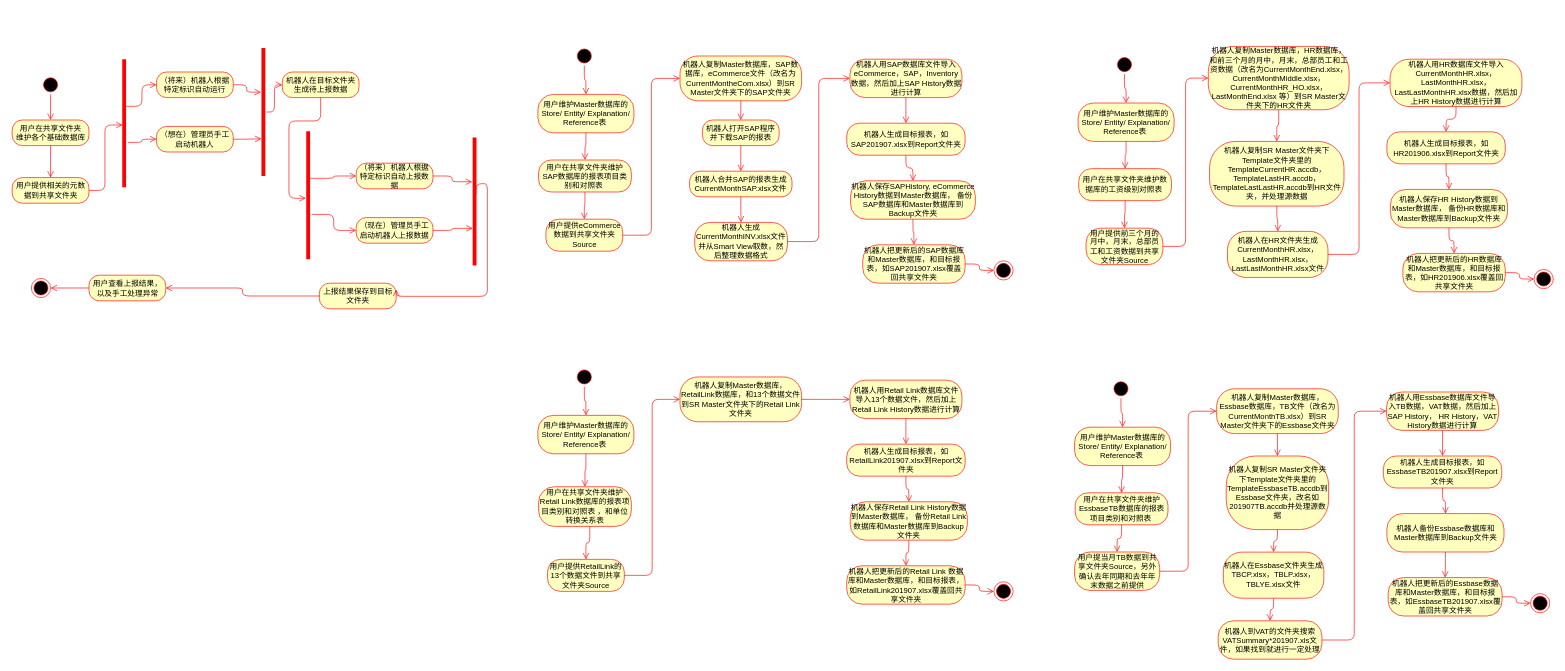
Youjwxyz/VBA_Library keeps this draw.io diagram as page "StatisticReport" (2 of 6) of Untitled Diagram.drawio. Above is the earlier version. Source tidied: cells renumbered, new cells numbered last; positions are measured from the earlier drawing's top-left corner, leaving out a move shared by most shapes. Both pictures are drawn from the tidied source at 64%, with x=0, y=0 at pixel (12, 46).
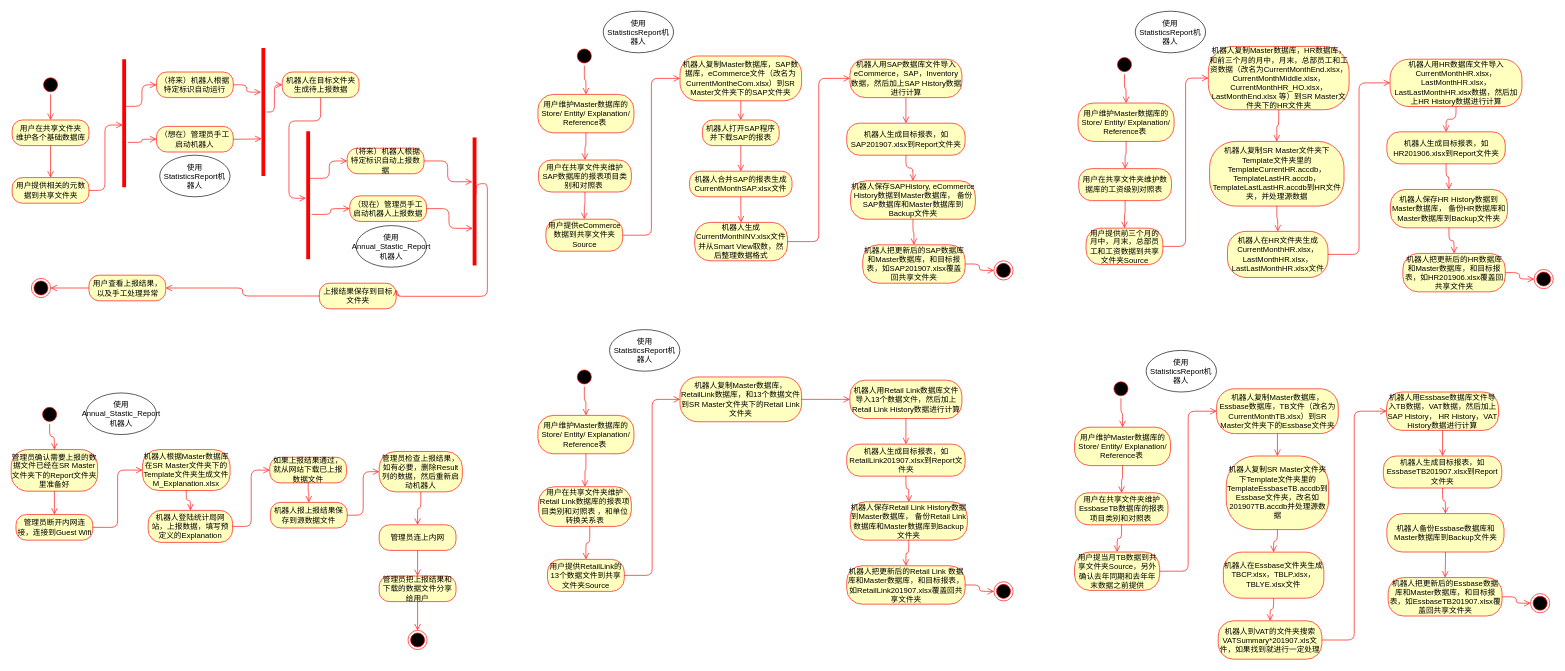
The same page after the edit.

Diff of the diagram source:
```diff
@@
     <mxCell id="113" value="（现在）管理员手工启动机器人上报数据" style="rounded=1;whiteSpace=wrap;html=1;arcSize=40;fontColor=#000000;fillColor=#ffffc0;strokeColor=#ff0000;" parent="1" vertex="1">
-      <mxGeometry x="538" y="267.5" width="120" height="40" as="geometry" />
+      <mxGeometry x="528" y="233.5" width="120" height="40" as="geometry" />
     </mxCell>
@@
     <mxCell id="115" value="（将来）机器人根据特定标识自动上报数据" style="rounded=1;whiteSpace=wrap;html=1;arcSize=40;fontColor=#000000;fillColor=#ffffc0;strokeColor=#ff0000;" parent="1" vertex="1">
-      <mxGeometry x="538" y="182.5" width="120" height="40" as="geometry" />
+      <mxGeometry x="524" y="159" width="120" height="40" as="geometry" />
     </mxCell>
@@
+    <mxCell id="125" style="ellipse;html=1;shape=startState;fillColor=#000000;strokeColor=#ff0000;" parent="1" vertex="1">
+      <mxGeometry x="44" y="560" width="30" height="30" as="geometry" />
+    </mxCell>
+    <mxCell id="126" style="edgeStyle=orthogonalEdgeStyle;html=1;verticalAlign=bottom;endArrow=open;endSize=8;strokeColor=#ff0000;" parent="1" edge="1" source="125" target="127">
+      <mxGeometry relative="1" as="geometry" />
+    </mxCell>
+    <mxCell id="127" value="管理员确认需要上报的数据文件已经在SR Master文件夹下的Report文件夹里准备好" style="rounded=1;whiteSpace=wrap;html=1;arcSize=40;fontColor=#000000;fillColor=#ffffc0;strokeColor=#ff0000;" parent="1" vertex="1">
+      <mxGeometry x="-1" y="630" width="135" height="65" as="geometry" />
+    </mxCell>
+    <mxCell id="128" style="edgeStyle=orthogonalEdgeStyle;html=1;verticalAlign=bottom;endArrow=open;endSize=8;strokeColor=#ff0000;entryX=0.5;entryY=0;entryDx=0;entryDy=0;" parent="1" edge="1" source="127" target="140">
+      <mxGeometry relative="1" as="geometry" />
+    </mxCell>
+    <mxCell id="129" value="机器人根据Master数据库在SR Master文件夹下的Template文件夹生成文件M_Explanation.xlsx" style="rounded=1;whiteSpace=wrap;html=1;arcSize=40;fontColor=#000000;fillColor=#ffffc0;strokeColor=#ff0000;" parent="1" vertex="1">
+      <mxGeometry x="204" y="630" width="137" height="64" as="geometry" />
+    </mxCell>
+    <mxCell id="130" style="edgeStyle=orthogonalEdgeStyle;html=1;verticalAlign=bottom;endArrow=open;endSize=8;strokeColor=#ff0000;" parent="1" edge="1" source="129" target="138">
+      <mxGeometry relative="1" as="geometry" />
+    </mxCell>
+    <mxCell id="131" value="使用StatisticsReport机器人" style="ellipse;whiteSpace=wrap;html=1;" parent="1" vertex="1">
+      <mxGeometry x="924" y="-55" width="110" height="65" as="geometry" />
+    </mxCell>
+    <mxCell id="132" value="使用StatisticsReport机器人" style="ellipse;whiteSpace=wrap;html=1;" parent="1" vertex="1">
+      <mxGeometry x="1755.3" y="-55" width="110" height="65" as="geometry" />
+    </mxCell>
+    <mxCell id="133" value="使用StatisticsReport机器人" style="ellipse;whiteSpace=wrap;html=1;" parent="1" vertex="1">
+      <mxGeometry x="1772.3" y="475" width="110" height="65" as="geometry" />
+    </mxCell>
+    <mxCell id="134" value="使用StatisticsReport机器人" style="ellipse;whiteSpace=wrap;html=1;" parent="1" vertex="1">
+      <mxGeometry x="933.8" y="442.5" width="110" height="65" as="geometry" />
+    </mxCell>
+    <mxCell id="135" value="使用Annual_Stastic_Report机器人" style="ellipse;whiteSpace=wrap;html=1;" parent="1" vertex="1">
+      <mxGeometry x="115.8" y="541.5" width="110" height="65" as="geometry" />
+    </mxCell>
+    <mxCell id="136" value="使用StatisticsReport机器人" style="ellipse;whiteSpace=wrap;html=1;" parent="1" vertex="1">
+      <mxGeometry x="231" y="170" width="110" height="65" as="geometry" />
+    </mxCell>
+    <mxCell id="137" value="使用Annual_Stastic_Report机器人" style="ellipse;whiteSpace=wrap;html=1;" parent="1" vertex="1">
+      <mxGeometry x="537.8" y="280" width="110" height="65" as="geometry" />
+    </mxCell>
+    <mxCell id="138" value="机器人登陆统计局网站，上报数据，填写预定义的Explanation" style="rounded=1;whiteSpace=wrap;html=1;arcSize=40;fontColor=#000000;fillColor=#ffffc0;strokeColor=#ff0000;" parent="1" vertex="1">
+      <mxGeometry x="213" y="725" width="132" height="50" as="geometry" />
+    </mxCell>
+    <mxCell id="139" style="edgeStyle=orthogonalEdgeStyle;html=1;verticalAlign=bottom;endArrow=open;endSize=8;strokeColor=#ff0000;entryX=0;entryY=0.5;entryDx=0;entryDy=0;" parent="1" edge="1" source="138" target="144">
+      <mxGeometry relative="1" as="geometry" />
+    </mxCell>
+    <mxCell id="140" value="管理员断开内网连接，连接到Guest Wifi" style="rounded=1;whiteSpace=wrap;html=1;arcSize=40;fontColor=#000000;fillColor=#ffffc0;strokeColor=#ff0000;" parent="1" vertex="1">
+      <mxGeometry x="6.5" y="731.5" width="120" height="40" as="geometry" />
+    </mxCell>
+    <mxCell id="141" style="edgeStyle=orthogonalEdgeStyle;html=1;verticalAlign=bottom;endArrow=open;endSize=8;strokeColor=#ff0000;entryX=0;entryY=0.5;entryDx=0;entryDy=0;" parent="1" edge="1" source="140" target="129">
+      <mxGeometry relative="1" as="geometry" />
+    </mxCell>
+    <mxCell id="142" value="机器人报上报结果保存到源数据文件" style="rounded=1;whiteSpace=wrap;html=1;arcSize=40;fontColor=#000000;fillColor=#ffffc0;strokeColor=#ff0000;" parent="1" vertex="1">
+      <mxGeometry x="404" y="712.5" width="120" height="40" as="geometry" />
+    </mxCell>
+    <mxCell id="143" style="edgeStyle=orthogonalEdgeStyle;html=1;verticalAlign=bottom;endArrow=open;endSize=8;strokeColor=#ff0000;entryX=0;entryY=0.5;entryDx=0;entryDy=0;" parent="1" edge="1" source="142" target="146">
+      <mxGeometry relative="1" as="geometry" />
+    </mxCell>
+    <mxCell id="144" value="如果上报结果通过，就从网站下载已上报数据文件" style="rounded=1;whiteSpace=wrap;html=1;arcSize=40;fontColor=#000000;fillColor=#ffffc0;strokeColor=#ff0000;" parent="1" vertex="1">
+      <mxGeometry x="403" y="642" width="120" height="40" as="geometry" />
+    </mxCell>
+    <mxCell id="145" style="edgeStyle=orthogonalEdgeStyle;html=1;verticalAlign=bottom;endArrow=open;endSize=8;strokeColor=#ff0000;entryX=0.5;entryY=0;entryDx=0;entryDy=0;" parent="1" edge="1" source="144" target="142">
+      <mxGeometry relative="1" as="geometry" />
+    </mxCell>
+    <mxCell id="146" value="管理员检查上报结果，如有必要，删除Result列的数据，然后重新启动机器人" style="rounded=1;whiteSpace=wrap;html=1;arcSize=40;fontColor=#000000;fillColor=#ffffc0;strokeColor=#ff0000;" parent="1" vertex="1">
+      <mxGeometry x="574" y="633" width="130" height="63" as="geometry" />
+    </mxCell>
+    <mxCell id="147" style="edgeStyle=orthogonalEdgeStyle;html=1;verticalAlign=bottom;endArrow=open;endSize=8;strokeColor=#ff0000;" parent="1" edge="1" source="151" target="148">
+      <mxGeometry relative="1" as="geometry" />
+    </mxCell>
+    <mxCell id="148" value="管理员把上报结果和下载的数据文件分享给用户" style="rounded=1;whiteSpace=wrap;html=1;arcSize=40;fontColor=#000000;fillColor=#ffffc0;strokeColor=#ff0000;" parent="1" vertex="1">
+      <mxGeometry x="574" y="827.5" width="120" height="40" as="geometry" />
+    </mxCell>
+    <mxCell id="149" style="edgeStyle=orthogonalEdgeStyle;html=1;verticalAlign=bottom;endArrow=open;endSize=8;strokeColor=#ff0000;" parent="1" edge="1" source="148" target="150">
+      <mxGeometry relative="1" as="geometry" />
+    </mxCell>
+    <mxCell id="150" style="ellipse;html=1;shape=endState;fillColor=#000000;strokeColor=#ff0000;" parent="1" vertex="1">
+      <mxGeometry x="619" y="912.5" width="30" height="30" as="geometry" />
+    </mxCell>
+    <mxCell id="151" value="管理员连上内网" style="rounded=1;whiteSpace=wrap;html=1;arcSize=40;fontColor=#000000;fillColor=#ffffc0;strokeColor=#ff0000;" parent="1" vertex="1">
+      <mxGeometry x="574" y="747.5" width="120" height="40" as="geometry" />
+    </mxCell>
+    <mxCell id="152" style="edgeStyle=orthogonalEdgeStyle;html=1;verticalAlign=bottom;endArrow=open;endSize=8;strokeColor=#ff0000;" parent="1" edge="1" source="146" target="151">
+      <mxGeometry relative="1" as="geometry" />
+    </mxCell>
```
